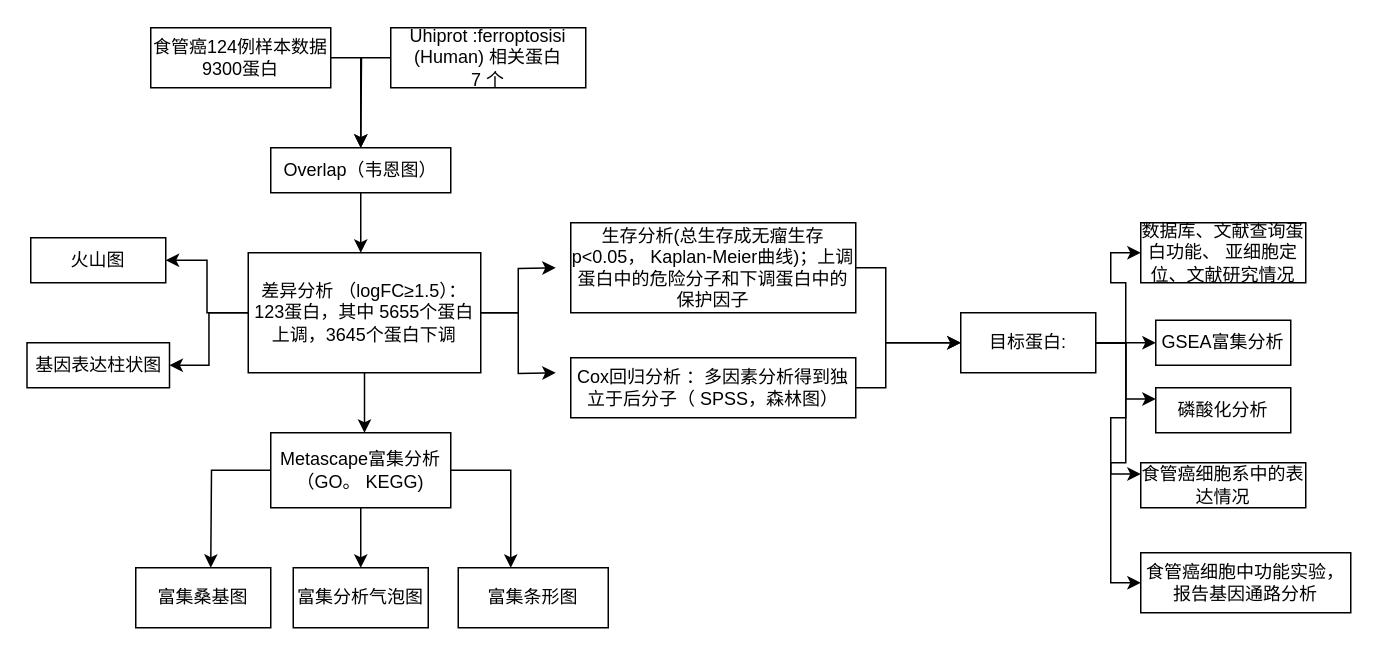
This is Untitled Diagram.drawio from jawnwiz/picture, a draw.io file, before an edit. Source tidied: cells renumbered, new cells numbered last; positions are measured from the earlier drawing's top-left corner, leaving out a move shared by most shapes. Both pictures are drawn from the tidied source at 150%, with x=0, y=0 at pixel (27, 27).
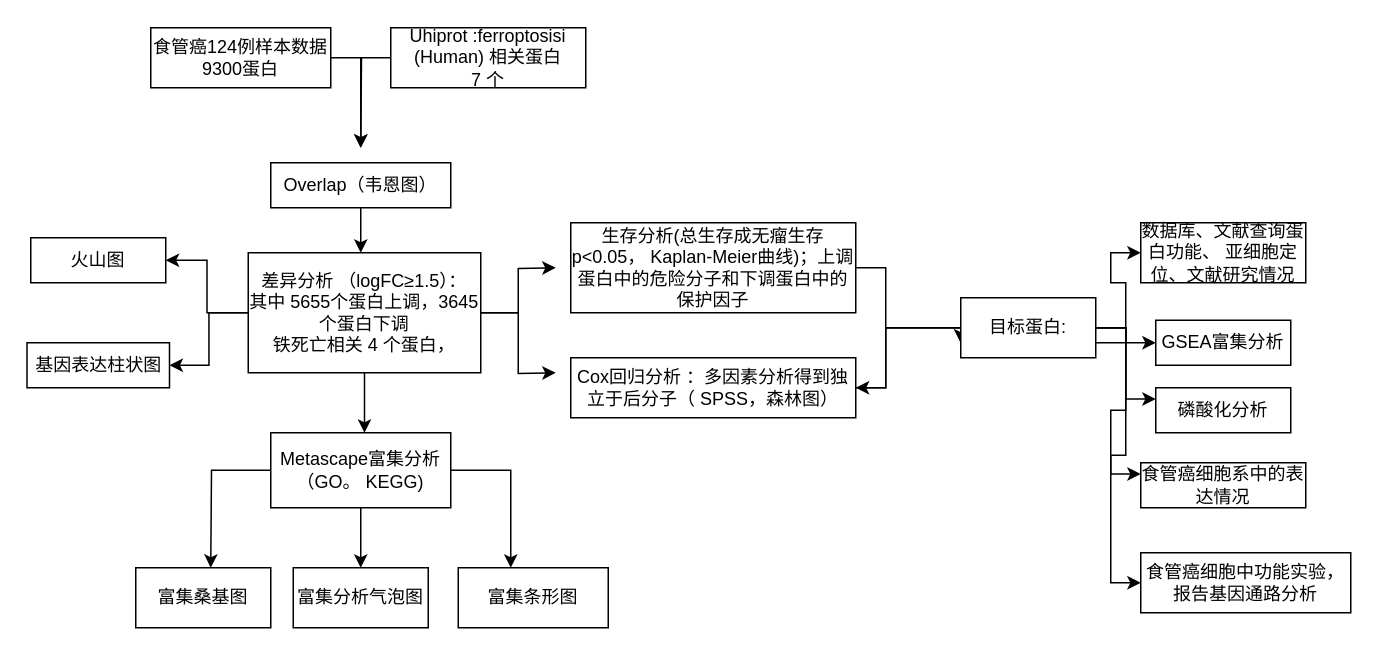
After the change.

The change refers to these unchanged cells:
```xml
<mxCell id="24" value="&lt;div&gt;生存分析(总生存成无瘤生存p&amp;lt;0.05， Kaplan-Meier曲线)；&lt;span style=&quot;color: rgb(0, 0, 0); --darkreader-inline-color: #cbcac9;&quot;&gt;上调蛋白中的危险分子和下调蛋白&lt;/span&gt;&lt;span style=&quot;background-color: initial; color: rgb(0, 0, 0); --darkreader-inline-color: #cbcac9; --darkreader-inline-bgcolor: initial;&quot;&gt;中的保护因子&lt;/span&gt;&lt;/div&gt;" style="whiteSpace=wrap;html=1;" parent="1" vertex="1">
  <mxGeometry x="362" y="130" width="190" height="60" as="geometry" />
</mxCell>
<mxCell id="26" value="Cox回归分析 ：多因素分析得到独立于后分子（ SPSS，森林图）" style="whiteSpace=wrap;html=1;" parent="1" vertex="1">
  <mxGeometry x="362" y="220" width="190" height="40" as="geometry" />
</mxCell>
```

Change to the diagram source:
```diff
@@
     <mxCell id="7" value="Overlap（韦恩图）" style="rounded=0;whiteSpace=wrap;html=1;" parent="1" vertex="1">
-      <mxGeometry x="162" y="80" width="120" height="30" as="geometry" />
+      <mxGeometry x="162" y="90" width="120" height="30" as="geometry" />
     </mxCell>
@@
-    <mxCell id="13" value="差异分析 （logFC≥1.5）：&lt;br&gt;123蛋白，其中 5655个蛋白上调，3645个蛋白下调" style="rounded=0;whiteSpace=wrap;html=1;" parent="1" vertex="1">
+    <mxCell id="13" value="差异分析 （logFC≥1.5）：&lt;br&gt;其中 5655个蛋白上调，3645个蛋白下调&lt;br&gt;铁死亡相关 4 个蛋白，" style="rounded=0;whiteSpace=wrap;html=1;" parent="1" vertex="1">
       <mxGeometry x="147" y="150" width="155" height="80" as="geometry" />
     </mxCell>
@@
     <mxCell id="23" style="edgeStyle=orthogonalEdgeStyle;rounded=0;jettySize=auto;html=1;" parent="1" edge="1" source="24">
       <mxGeometry relative="1" as="geometry">
         <mxPoint x="622" y="210" as="targetPoint" />
         <Array as="points">
           <mxPoint x="572" y="160" />
-          <mxPoint x="572" y="210" />
-          <mxPoint x="622" y="210" />
+          <mxPoint x="572" y="200" />
+          <mxPoint x="622" y="200" />
         </Array>
       </mxGeometry>
     </mxCell>
@@
     <mxCell id="25" style="edgeStyle=orthogonalEdgeStyle;rounded=0;jettySize=auto;html=1;" parent="1" edge="1" source="26">
       <mxGeometry relative="1" as="geometry">
         <mxPoint x="622" y="210" as="targetPoint" />
         <Array as="points">
           <mxPoint x="572" y="240" />
-          <mxPoint x="572" y="210" />
-          <mxPoint x="622" y="210" />
+          <mxPoint x="572" y="200" />
+          <mxPoint x="622" y="200" />
         </Array>
       </mxGeometry>
     </mxCell>
@@
+    <mxCell id="38" style="edgeStyle=orthogonalEdgeStyle;rounded=0;jettySize=auto;html=1;" parent="1" edge="1" source="32" target="26">
+      <mxGeometry relative="1" as="geometry">
+        <Array as="points">
+          <mxPoint x="572" y="200" />
+          <mxPoint x="572" y="240" />
+        </Array>
+      </mxGeometry>
+    </mxCell>
     <mxCell id="32" value="目标蛋白:" style="whiteSpace=wrap;html=1;" parent="1" vertex="1">
-      <mxGeometry x="622" y="190" width="90" height="40" as="geometry" />
+      <mxGeometry x="622" y="180" width="90" height="40" as="geometry" />
     </mxCell>
```
